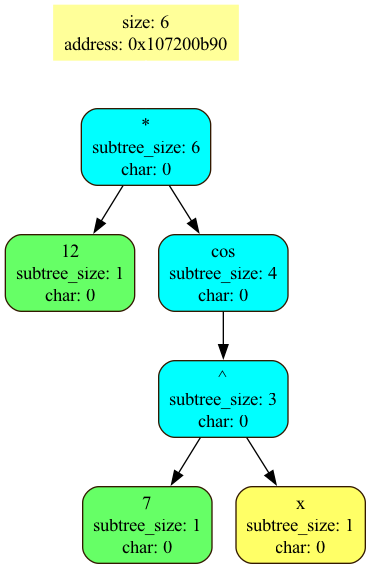
The Graphviz diagram Graphviz/diff.png in 1progwriter1/Differentiator, before a commit. Its source is kept beside it as Graphviz/diff.dot.
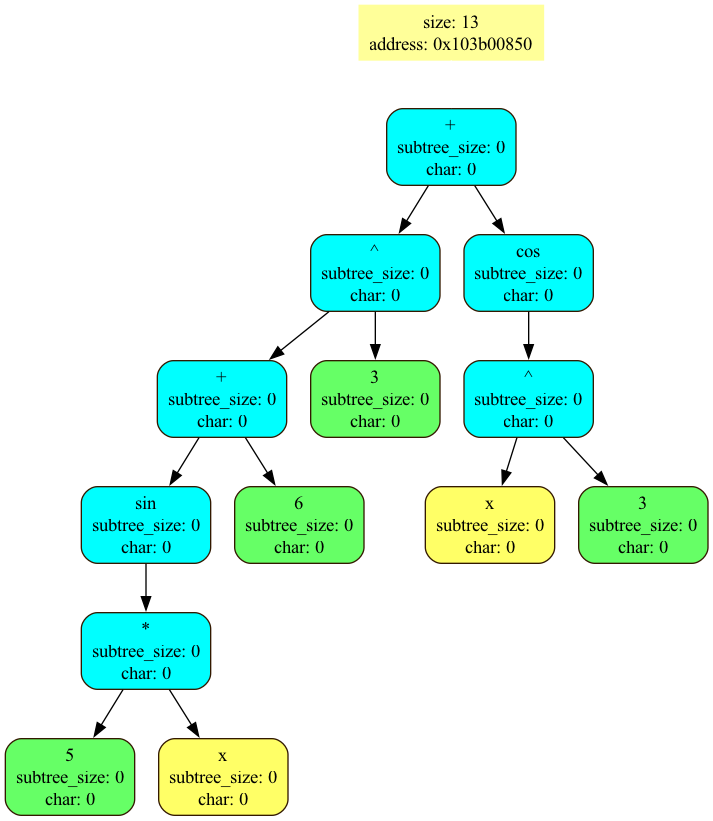
Later version of the same file.

The edit, as a diff of the source:
```diff
@@ -1,16 +1,68 @@
 digraph G {
-	-10 [shape = "polygon", label = "size: 6\naddress: 0x107200b90", style = "filled", color = "#FFFF99"]
+	-10 [shape = "polygon", label = "size: 32\naddress: 0x103b01c10", style = "filled", color = "#FFFF99"]
 	-10->0 [weight = 1000, color = "#FFFFFF"]
-	0 [shape = Mrecord, style = filled, fillcolor = "#00FFFF", color = "#331900", label = "*\nsubtree_size: 6\nchar: 0"]
+	0 [shape = Mrecord, style = filled, fillcolor = "#00FFFF", color = "#331900", label = "+\nsubtree_size: 44\nchar: 0"]
 	0->1
-	1 [shape = Mrecord, style = filled, fillcolor = "#66FF66", color = "#331900", label = "12\nsubtree_size: 1\nchar: 0"]
-	0->2
-	2 [shape = Mrecord, style = filled, fillcolor = "#00FFFF", color = "#331900", label = "cos\nsubtree_size: 4\nchar: 0"]
+	1 [shape = Mrecord, style = filled, fillcolor = "#00FFFF", color = "#331900", label = "*\nsubtree_size: 27\nchar: 0"]
+	1->2
+	2 [shape = Mrecord, style = filled, fillcolor = "#00FFFF", color = "#331900", label = "*\nsubtree_size: 12\nchar: 0"]
 	2->3
-	3 [shape = Mrecord, style = filled, fillcolor = "#00FFFF", color = "#331900", label = "^\nsubtree_size: 3\nchar: 0"]
-	3->4
-	4 [shape = Mrecord, style = filled, fillcolor = "#66FF66", color = "#331900", label = "7\nsubtree_size: 1\nchar: 0"]
-	3->5
-	5 [shape = Mrecord, style = filled, fillcolor = "#FFFF66", color = "#331900", label = "x\nsubtree_size: 1\nchar: 0"]
+	3 [shape = Mrecord, style = filled, fillcolor = "#66FF66", color = "#331900", label = "3\nsubtree_size: 1\nchar: 0"]
+	2->4
+	4 [shape = Mrecord, style = filled, fillcolor = "#00FFFF", color = "#331900", label = "^\nsubtree_size: 10\nchar: 0"]
+	4->5
+	5 [shape = Mrecord, style = filled, fillcolor = "#00FFFF", color = "#331900", label = "+\nsubtree_size: 6\nchar: 0"]
+	5->6
+	6 [shape = Mrecord, style = filled, fillcolor = "#00FFFF", color = "#331900", label = "sin\nsubtree_size: 4\nchar: 0"]
+	6->7
+	7 [shape = Mrecord, style = filled, fillcolor = "#00FFFF", color = "#331900", label = "*\nsubtree_size: 3\nchar: 0"]
+	7->8
+	8 [shape = Mrecord, style = filled, fillcolor = "#66FF66", color = "#331900", label = "5\nsubtree_size: 1\nchar: 0"]
+	7->9
+	9 [shape = Mrecord, style = filled, fillcolor = "#FFFF66", color = "#331900", label = "x\nsubtree_size: 1\nchar: 0"]
+	5->10
+	10 [shape = Mrecord, style = filled, fillcolor = "#66FF66", color = "#331900", label = "6\nsubtree_size: 1\nchar: 0"]
+	4->11
+	11 [shape = Mrecord, style = filled, fillcolor = "#66FF66", color = "#331900", label = "2\nsubtree_size: 0\nchar: 0"]
+	1->12
+	12 [shape = Mrecord, style = filled, fillcolor = "#00FFFF", color = "#331900", label = "+\nsubtree_size: 14\nchar: 0"]
+	12->13
+	13 [shape = Mrecord, style = filled, fillcolor = "#00FFFF", color = "#331900", label = "*\nsubtree_size: 12\nchar: 0"]
+	13->14
+	14 [shape = Mrecord, style = filled, fillcolor = "#00FFFF", color = "#331900", label = "cos\nsubtree_size: 4\nchar: 0"]
+	14->15
+	15 [shape = Mrecord, style = filled, fillcolor = "#00FFFF", color = "#331900", label = "*\nsubtree_size: 3\nchar: 0"]
+	15->16
+	16 [shape = Mrecord, style = filled, fillcolor = "#66FF66", color = "#331900", label = "5\nsubtree_size: 1\nchar: 0"]
+	15->17
+	17 [shape = Mrecord, style = filled, fillcolor = "#FFFF66", color = "#331900", label = "x\nsubtree_size: 1\nchar: 0"]
+	13->18
+	18 [shape = Mrecord, style = filled, fillcolor = "#66FF66", color = "#331900", label = "5\nsubtree_size: 0\nchar: 0"]
+	12->19
+	19 [shape = Mrecord, style = filled, fillcolor = "#66FF66", color = "#331900", label = "0\nsubtree_size: 1\nchar: 0"]
+	0->20
+	20 [shape = Mrecord, style = filled, fillcolor = "#00FFFF", color = "#331900", label = "*\nsubtree_size: 16\nchar: 0"]
+	20->21
+	21 [shape = Mrecord, style = filled, fillcolor = "#66FF66", color = "#331900", label = "-1\nsubtree_size: 1\nchar: 0"]
+	20->22
+	22 [shape = Mrecord, style = filled, fillcolor = "#00FFFF", color = "#331900", label = "*\nsubtree_size: 14\nchar: 0"]
+	22->23
+	23 [shape = Mrecord, style = filled, fillcolor = "#00FFFF", color = "#331900", label = "sin\nsubtree_size: 4\nchar: 0"]
+	23->24
+	24 [shape = Mrecord, style = filled, fillcolor = "#00FFFF", color = "#331900", label = "^\nsubtree_size: 3\nchar: 0"]
+	24->25
+	25 [shape = Mrecord, style = filled, fillcolor = "#FFFF66", color = "#331900", label = "x\nsubtree_size: 1\nchar: 0"]
+	24->26
+	26 [shape = Mrecord, style = filled, fillcolor = "#66FF66", color = "#331900", label = "3\nsubtree_size: 1\nchar: 0"]
+	22->27
+	27 [shape = Mrecord, style = filled, fillcolor = "#00FFFF", color = "#331900", label = "*\nsubtree_size: 0\nchar: 0"]
+	27->28
+	28 [shape = Mrecord, style = filled, fillcolor = "#66FF66", color = "#331900", label = "3\nsubtree_size: 0\nchar: 0"]
+	27->29
+	29 [shape = Mrecord, style = filled, fillcolor = "#00FFFF", color = "#331900", label = "^\nsubtree_size: 0\nchar: 0"]
+	29->30
+	30 [shape = Mrecord, style = filled, fillcolor = "#FFFF66", color = "#331900", label = "x\nsubtree_size: 0\nchar: 0"]
+	29->31
+	31 [shape = Mrecord, style = filled, fillcolor = "#66FF66", color = "#331900", label = "2\nsubtree_size: 0\nchar: 0"]
 
 }
```
